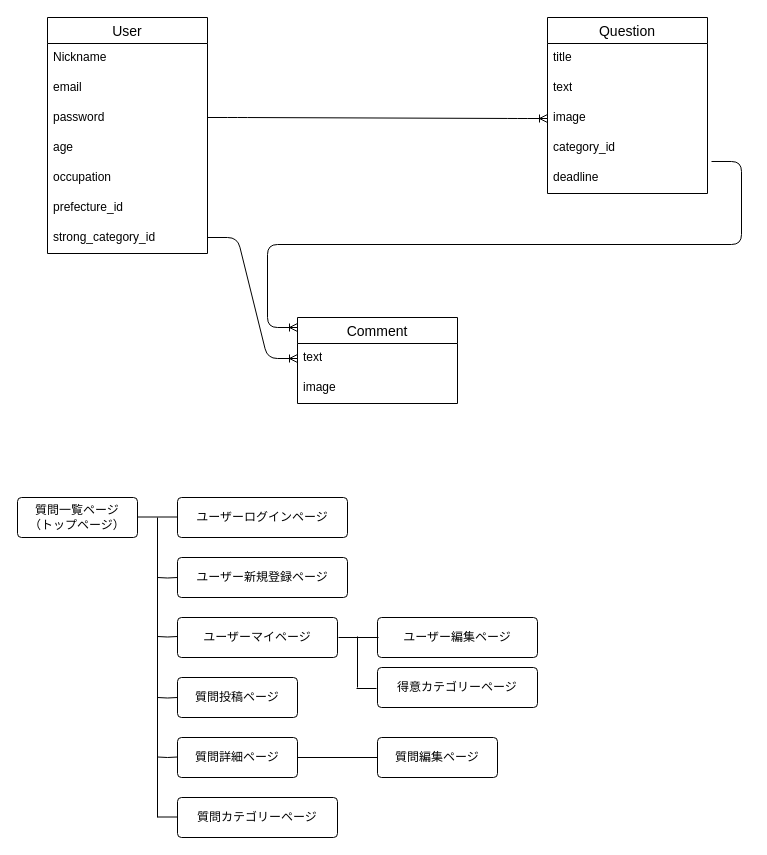
ushiyushi/ari1-app keeps this draw.io diagram as ari1.dio. Above is the earlier version. Source tidied: cells renumbered, new cells numbered last; positions are measured from the earlier drawing's top-left corner, leaving out a move shared by most shapes. Both pictures are drawn from the tidied source at 100%, with x=0, y=0 at pixel (17, 17).
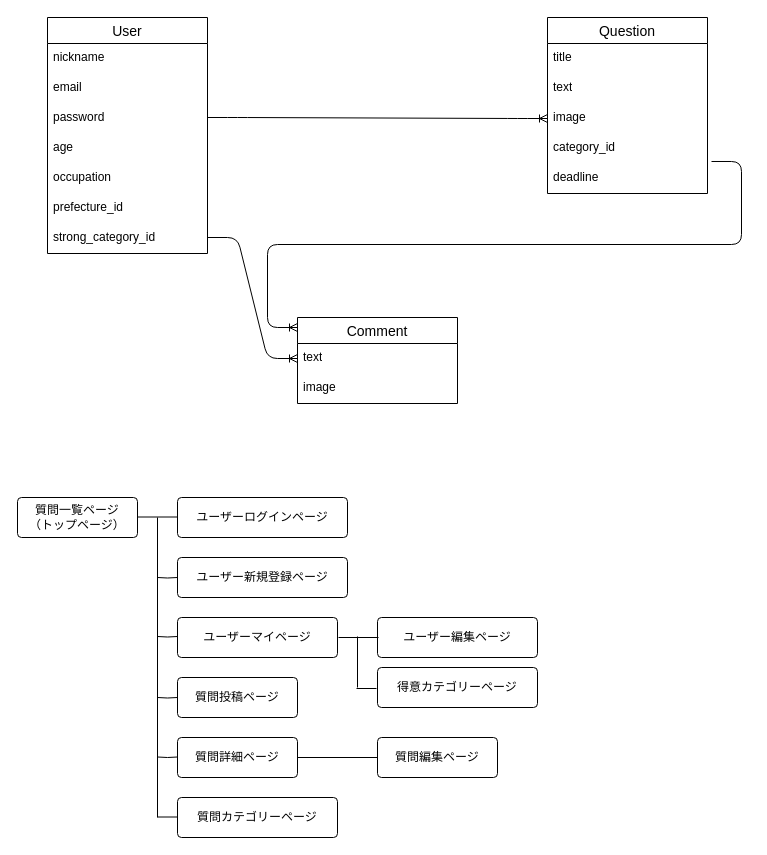
After the change.

Unchanged cells that the change refers to:
```xml
<mxCell id="2" value="User" style="swimlane;fontStyle=0;horizontal=1;startSize=26;align=center;fontSize=14;" parent="1" vertex="1">
  <mxGeometry x="30" width="160" height="236" as="geometry" />
</mxCell>
```

What changed in the source:
```diff
@@
-    <mxCell id="3" value="Nickname" style="text;strokeColor=none;fillColor=none;spacingLeft=4;spacingRight=4;overflow=hidden;fontSize=12;whiteSpace=wrap;html=1;" parent="2" vertex="1">
+    <mxCell id="3" value="nickname" style="text;strokeColor=none;fillColor=none;spacingLeft=4;spacingRight=4;overflow=hidden;fontSize=12;whiteSpace=wrap;html=1;" parent="2" vertex="1">
       <mxGeometry y="26" width="160" height="30" as="geometry" />
     </mxCell>
```
